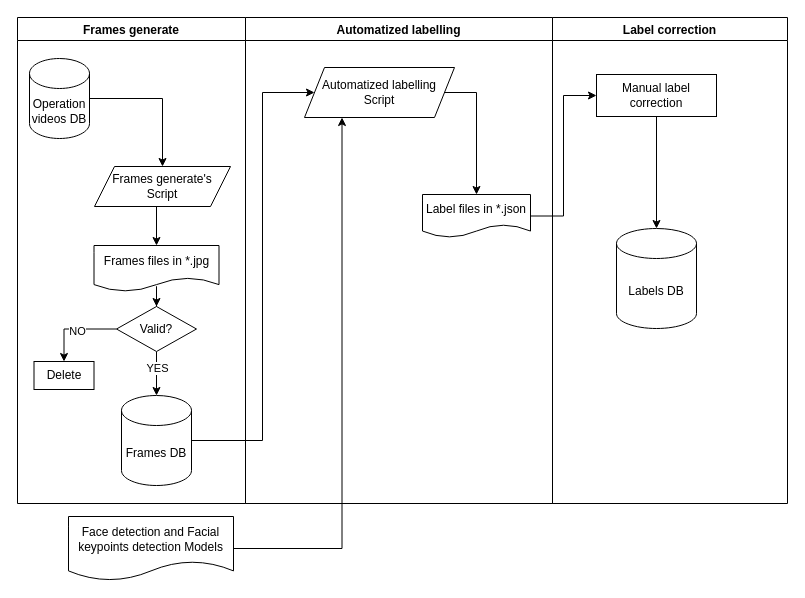
Before: page "Process_English" (3 of 3) of data/Untitled Diagram.drawio in VicManX/dagdata, a draw.io diagram. Source tidied: cells renumbered, new cells numbered last; positions are measured from the earlier drawing's top-left corner, leaving out a move shared by most shapes. Both pictures are drawn from the tidied source at 100%, with x=0, y=0 at pixel (17, 17).
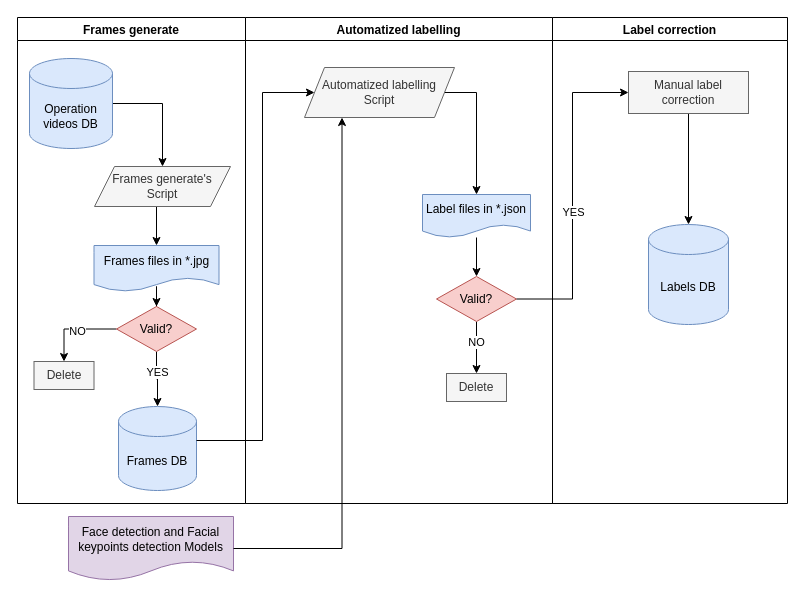
Above is the later version.

Unchanged cells that the change refers to:
```xml
<mxCell id="2" value="Automatized labelling" style="swimlane;" parent="1" vertex="1">
  <mxGeometry x="228" width="307" height="486" as="geometry" />
</mxCell>
<mxCell id="6" value="Frames generate" style="swimlane;" parent="2" vertex="1">
  <mxGeometry x="-228" width="228" height="486" as="geometry" />
</mxCell>
<mxCell id="21" value="Label correction" style="swimlane;" parent="1" vertex="1">
  <mxGeometry x="535" width="235" height="486" as="geometry" />
</mxCell>
```

What changed in the source:
```diff
@@
-    <mxCell id="4" value="Automatized labelling Script" style="shape=parallelogram;perimeter=parallelogramPerimeter;whiteSpace=wrap;html=1;fixedSize=1;" parent="2" vertex="1">
+    <mxCell id="4" value="Automatized labelling Script" style="shape=parallelogram;perimeter=parallelogramPerimeter;whiteSpace=wrap;html=1;fixedSize=1;fillColor=#f5f5f5;fontColor=#333333;strokeColor=#666666;" parent="2" vertex="1">
       <mxGeometry x="59" y="50" width="150" height="50" as="geometry" />
     </mxCell>
+    <mxCell id="28" style="edgeStyle=orthogonalEdgeStyle;rounded=0;jettySize=auto;html=1;" parent="2" edge="1" source="5" target="31">
+      <mxGeometry relative="1" as="geometry">
+        <Array as="points">
+          <mxPoint x="231" y="282" />
+          <mxPoint x="231" y="282" />
+        </Array>
+      </mxGeometry>
+    </mxCell>
-    <mxCell id="5" value="Label files in *.json" style="shape=document;whiteSpace=wrap;html=1;boundedLbl=1;" parent="2" vertex="1">
+    <mxCell id="5" value="Label files in *.json" style="shape=document;whiteSpace=wrap;html=1;boundedLbl=1;fillColor=#dae8fc;strokeColor=#6c8ebf;" parent="2" vertex="1">
       <mxGeometry x="177" y="177" width="108" height="43" as="geometry" />
     </mxCell>
@@
-    <mxCell id="8" value="Operation videos DB" style="shape=cylinder3;whiteSpace=wrap;html=1;boundedLbl=1;backgroundOutline=1;size=15;" parent="6" vertex="1">
-      <mxGeometry x="12" y="41" width="60" height="80" as="geometry" />
+    <mxCell id="8" value="Operation videos DB" style="shape=cylinder3;whiteSpace=wrap;html=1;boundedLbl=1;backgroundOutline=1;size=15;fillColor=#dae8fc;strokeColor=#6c8ebf;" parent="6" vertex="1">
+      <mxGeometry x="12" y="41" width="83" height="90" as="geometry" />
     </mxCell>
@@
-    <mxCell id="10" value="Frames generate's&lt;br&gt;Script" style="shape=parallelogram;perimeter=parallelogramPerimeter;whiteSpace=wrap;html=1;fixedSize=1;" parent="6" vertex="1">
+    <mxCell id="10" value="Frames generate's&lt;br&gt;Script" style="shape=parallelogram;perimeter=parallelogramPerimeter;whiteSpace=wrap;html=1;fixedSize=1;fillColor=#f5f5f5;fontColor=#333333;strokeColor=#666666;" parent="6" vertex="1">
       <mxGeometry x="77" y="149" width="136" height="40" as="geometry" />
     </mxCell>
@@
-    <mxCell id="12" value="Frames files in *.jpg" style="shape=document;whiteSpace=wrap;html=1;boundedLbl=1;" parent="6" vertex="1">
+    <mxCell id="12" value="Frames files in *.jpg" style="shape=document;whiteSpace=wrap;html=1;boundedLbl=1;fillColor=#dae8fc;strokeColor=#6c8ebf;" parent="6" vertex="1">
       <mxGeometry x="76.5" y="228" width="125" height="46" as="geometry" />
     </mxCell>
@@
-    <mxCell id="17" value="Valid?" style="rhombus;whiteSpace=wrap;html=1;" parent="6" vertex="1">
+    <mxCell id="17" value="Valid?" style="rhombus;whiteSpace=wrap;html=1;fillColor=#f8cecc;strokeColor=#b85450;" parent="6" vertex="1">
       <mxGeometry x="99" y="289" width="80" height="45" as="geometry" />
     </mxCell>
-    <mxCell id="18" value="Delete" style="rounded=0;whiteSpace=wrap;html=1;" parent="6" vertex="1">
+    <mxCell id="18" value="Delete" style="rounded=0;whiteSpace=wrap;html=1;fillColor=#f5f5f5;fontColor=#333333;strokeColor=#666666;" parent="6" vertex="1">
       <mxGeometry x="16.5" y="344" width="60" height="28" as="geometry" />
     </mxCell>
-    <mxCell id="19" value="Frames DB" style="shape=cylinder3;whiteSpace=wrap;html=1;boundedLbl=1;backgroundOutline=1;size=15;" parent="6" vertex="1">
-      <mxGeometry x="104" y="378" width="70" height="90" as="geometry" />
+    <mxCell id="19" value="Frames DB" style="shape=cylinder3;whiteSpace=wrap;html=1;boundedLbl=1;backgroundOutline=1;size=15;fillColor=#dae8fc;strokeColor=#6c8ebf;" parent="6" vertex="1">
+      <mxGeometry x="101" y="389" width="78" height="84" as="geometry" />
     </mxCell>
@@
+    <mxCell id="29" style="edgeStyle=orthogonalEdgeStyle;rounded=0;jettySize=auto;html=1;exitX=0.5;exitY=1;exitDx=0;exitDy=0;entryX=0.5;entryY=0;entryDx=0;entryDy=0;" parent="2" edge="1" source="31" target="32">
+      <mxGeometry relative="1" as="geometry">
+        <Array as="points">
+          <mxPoint x="231" y="330" />
+          <mxPoint x="231" y="330" />
+        </Array>
+      </mxGeometry>
+    </mxCell>
+    <mxCell id="30" value="NO" style="edgeLabel;html=1;align=center;verticalAlign=middle;" parent="29" vertex="1">
+      <mxGeometry x="-0.24" y="-1" relative="1" as="geometry" />
+    </mxCell>
+    <mxCell id="31" value="Valid?" style="rhombus;whiteSpace=wrap;html=1;fillColor=#f8cecc;strokeColor=#b85450;" parent="2" vertex="1">
+      <mxGeometry x="191" y="259" width="80" height="45" as="geometry" />
+    </mxCell>
+    <mxCell id="32" value="Delete" style="rounded=0;whiteSpace=wrap;html=1;fillColor=#f5f5f5;fontColor=#333333;strokeColor=#666666;" parent="2" vertex="1">
+      <mxGeometry x="201" y="356" width="60" height="28" as="geometry" />
+    </mxCell>
@@
-    <mxCell id="22" value="Labels DB" style="shape=cylinder3;whiteSpace=wrap;html=1;boundedLbl=1;backgroundOutline=1;size=15;" parent="21" vertex="1">
-      <mxGeometry x="64" y="211" width="80" height="100" as="geometry" />
+    <mxCell id="22" value="Labels DB" style="shape=cylinder3;whiteSpace=wrap;html=1;boundedLbl=1;backgroundOutline=1;size=15;fillColor=#dae8fc;strokeColor=#6c8ebf;" parent="21" vertex="1">
+      <mxGeometry x="96" y="207" width="80" height="100" as="geometry" />
     </mxCell>
@@
-    <mxCell id="24" value="Manual label correction" style="rounded=0;whiteSpace=wrap;html=1;" parent="21" vertex="1">
-      <mxGeometry x="44" y="57" width="120" height="42" as="geometry" />
+    <mxCell id="24" value="Manual label correction" style="rounded=0;whiteSpace=wrap;html=1;fillColor=#f5f5f5;fontColor=#333333;strokeColor=#666666;" parent="21" vertex="1">
+      <mxGeometry x="76" y="54" width="120" height="42" as="geometry" />
     </mxCell>
-    <mxCell id="25" value="Face detection and Facial keypoints detection Models" style="shape=document;whiteSpace=wrap;html=1;boundedLbl=1;" parent="1" vertex="1">
+    <mxCell id="25" value="Face detection and Facial keypoints detection Models" style="shape=document;whiteSpace=wrap;html=1;boundedLbl=1;fillColor=#e1d5e7;strokeColor=#9673a6;" parent="1" vertex="1">
       <mxGeometry x="51" y="499" width="165" height="64" as="geometry" />
     </mxCell>
@@
-    <mxCell id="27" style="edgeStyle=orthogonalEdgeStyle;rounded=0;jettySize=auto;html=1;entryX=0;entryY=0.5;entryDx=0;entryDy=0;" parent="1" edge="1" source="5" target="24">
-      <mxGeometry relative="1" as="geometry" />
-    </mxCell>
+    <mxCell id="33" style="edgeStyle=orthogonalEdgeStyle;rounded=0;jettySize=auto;html=1;entryX=0;entryY=0.5;entryDx=0;entryDy=0;" parent="1" edge="1" source="31" target="24">
+      <mxGeometry relative="1" as="geometry" />
+    </mxCell>
+    <mxCell id="34" value="YES" style="edgeLabel;html=1;align=center;verticalAlign=middle;" parent="33" vertex="1">
+      <mxGeometry x="-0.1" relative="1" as="geometry" />
+    </mxCell>
```
